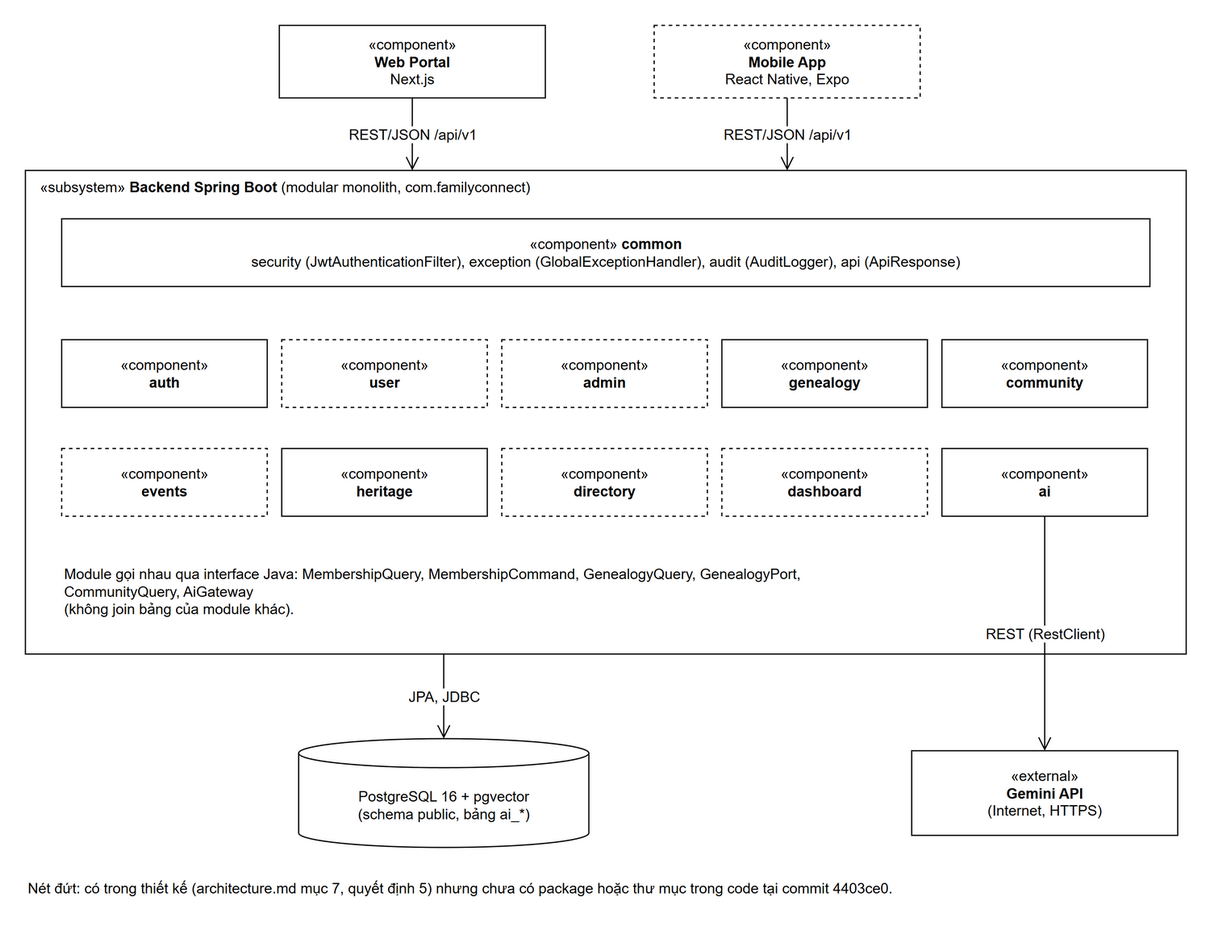
Earlier version of the draw.io export docs/images/architecture-component.drawio.png (ngthanhtuann/ai-powered-digital-family-community-platform). Source tidied: cells renumbered, new cells last; positions are measured from the earlier drawing's top-left corner, leaving out a move shared by most shapes.
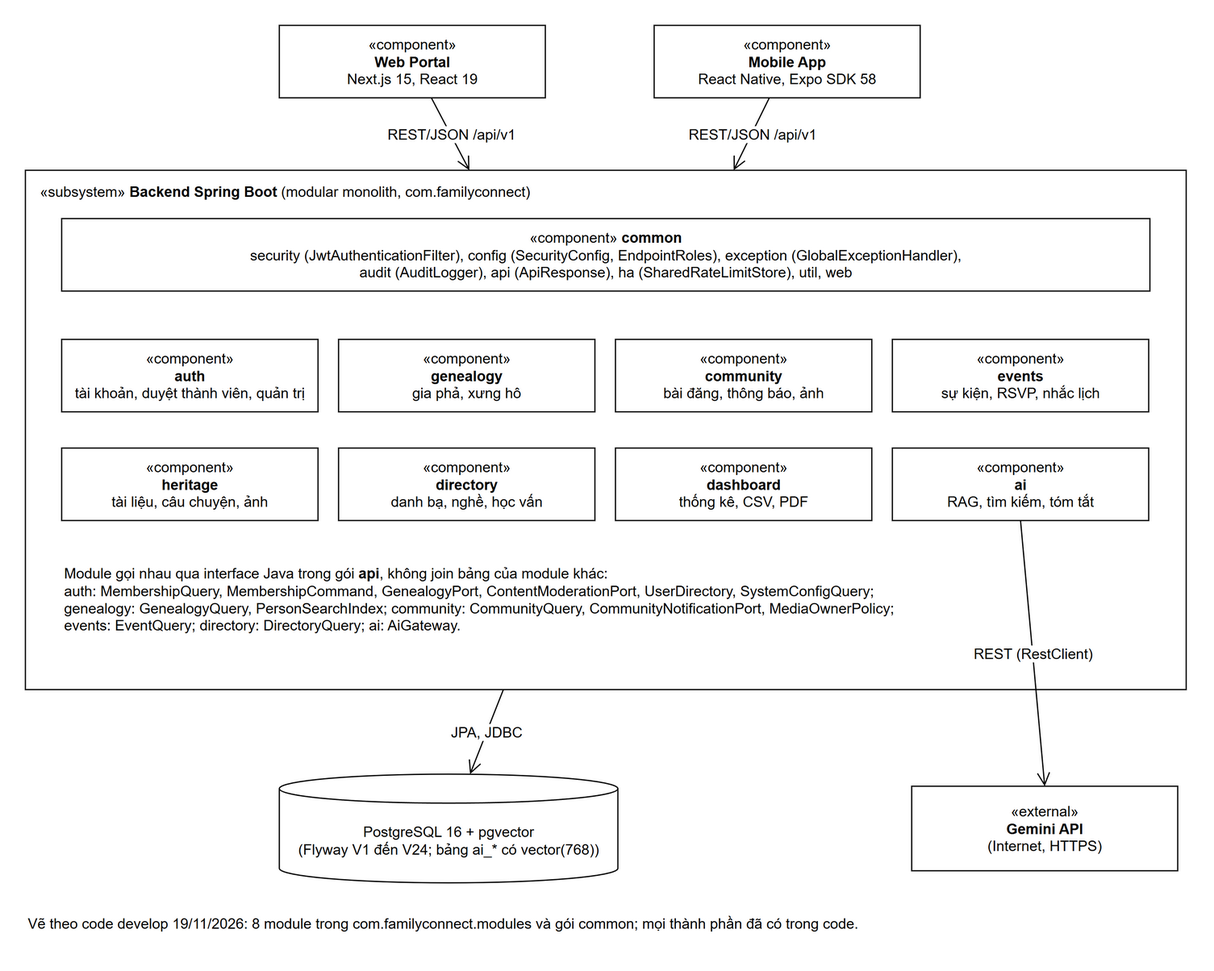
Later version of the same file.

What changed in the source:
```diff
@@ -2,71 +2,65 @@
   <root>
     <mxCell id="0" />
     <mxCell id="1" parent="0" />
-    <mxCell id="2" value="«component»&lt;br&gt;&lt;b&gt;Web Portal&lt;/b&gt;&lt;br&gt;Next.js" style="rounded=0;whiteSpace=wrap;html=1;fillColor=#FFFFFF;strokeColor=#000000;fontFamily=Arial;fontSize=12;fontColor=#000000;" parent="1" vertex="1">
-      <mxGeometry x="210" width="220" height="60" as="geometry" />
-    </mxCell>
-    <mxCell id="3" value="«component»&lt;br&gt;&lt;b&gt;Mobile App&lt;/b&gt;&lt;br&gt;React Native, Expo" style="rounded=0;whiteSpace=wrap;html=1;fillColor=#FFFFFF;strokeColor=#000000;fontFamily=Arial;fontSize=12;fontColor=#000000;dashed=1;" parent="1" vertex="1">
-      <mxGeometry x="520" width="220" height="60" as="geometry" />
-    </mxCell>
+    <mxCell id="24" value="«component»&lt;br&gt;&lt;b&gt;Web Portal&lt;/b&gt;&lt;br&gt;Next.js 15, React 19" style="rounded=0;whiteSpace=wrap;html=1;strokeColor=#000000;fontFamily=Arial;fontSize=12;fontColor=#000000;fillColor=#FFFFFF;" parent="1" vertex="1">
+      <mxGeometry x="210" width="220" height="60" as="geometry" />
+    </mxCell>
+    <mxCell id="25" value="«component»&lt;br&gt;&lt;b&gt;Mobile App&lt;/b&gt;&lt;br&gt;React Native, Expo SDK 58" style="rounded=0;whiteSpace=wrap;html=1;strokeColor=#000000;fontFamily=Arial;fontSize=12;fontColor=#000000;fillColor=#FFFFFF;" parent="1" vertex="1">
+      <mxGeometry x="520" width="220" height="60" as="geometry" />
+    </mxCell>
-    <mxCell id="4" value="«subsystem» &lt;b&gt;Backend Spring Boot&lt;/b&gt; (modular monolith, com.familyconnect)" style="rounded=0;whiteSpace=wrap;html=1;fillColor=none;verticalAlign=top;align=left;spacingLeft=10;strokeColor=#000000;fontFamily=Arial;fontSize=12;fontColor=#000000;" parent="1" vertex="1">
-      <mxGeometry y="120" width="960" height="400" as="geometry" />
+    <mxCell id="4" value="«subsystem» &lt;b&gt;Backend Spring Boot&lt;/b&gt; (modular monolith, com.familyconnect)" style="rounded=0;whiteSpace=wrap;html=1;strokeColor=#000000;fontFamily=Arial;fontSize=12;fontColor=#000000;fillColor=none;verticalAlign=top;align=left;spacingLeft=10;spacingTop=4;" parent="1" vertex="1">
+      <mxGeometry y="120" width="960" height="430" as="geometry" />
     </mxCell>
-    <mxCell id="5" value="«component» &lt;b&gt;common&lt;/b&gt;&lt;br&gt;security (JwtAuthenticationFilter), exception (GlobalExceptionHandler), audit (AuditLogger), api (ApiResponse)" style="rounded=0;whiteSpace=wrap;html=1;fillColor=#FFFFFF;strokeColor=#000000;fontFamily=Arial;fontSize=12;fontColor=#000000;" parent="1" vertex="1">
-      <mxGeometry x="30" y="160" width="900" height="56" as="geometry" />
-    </mxCell>
-    <mxCell id="6" value="«component»&lt;br&gt;&lt;b&gt;auth&lt;/b&gt;" style="rounded=0;whiteSpace=wrap;html=1;fillColor=#FFFFFF;strokeColor=#000000;fontFamily=Arial;fontSize=12;fontColor=#000000;" parent="1" vertex="1">
-      <mxGeometry x="30" y="260" width="170" height="56" as="geometry" />
-    </mxCell>
-    <mxCell id="7" value="«component»&lt;br&gt;&lt;b&gt;user&lt;/b&gt;" style="rounded=0;whiteSpace=wrap;html=1;fillColor=#FFFFFF;strokeColor=#000000;fontFamily=Arial;fontSize=12;fontColor=#000000;dashed=1;" parent="1" vertex="1">
-      <mxGeometry x="212" y="260" width="170" height="56" as="geometry" />
-    </mxCell>
-    <mxCell id="8" value="«component»&lt;br&gt;&lt;b&gt;admin&lt;/b&gt;" style="rounded=0;whiteSpace=wrap;html=1;fillColor=#FFFFFF;strokeColor=#000000;fontFamily=Arial;fontSize=12;fontColor=#000000;dashed=1;" parent="1" vertex="1">
-      <mxGeometry x="394" y="260" width="170" height="56" as="geometry" />
-    </mxCell>
-    <mxCell id="9" value="«component»&lt;br&gt;&lt;b&gt;genealogy&lt;/b&gt;" style="rounded=0;whiteSpace=wrap;html=1;fillColor=#FFFFFF;strokeColor=#000000;fontFamily=Arial;fontSize=12;fontColor=#000000;" parent="1" vertex="1">
-      <mxGeometry x="576" y="260" width="170" height="56" as="geometry" />
-    </mxCell>
-    <mxCell id="10" value="«component»&lt;br&gt;&lt;b&gt;community&lt;/b&gt;" style="rounded=0;whiteSpace=wrap;html=1;fillColor=#FFFFFF;strokeColor=#000000;fontFamily=Arial;fontSize=12;fontColor=#000000;" parent="1" vertex="1">
-      <mxGeometry x="758" y="260" width="170" height="56" as="geometry" />
-    </mxCell>
-    <mxCell id="11" value="«component»&lt;br&gt;&lt;b&gt;events&lt;/b&gt;" style="rounded=0;whiteSpace=wrap;html=1;fillColor=#FFFFFF;strokeColor=#000000;fontFamily=Arial;fontSize=12;fontColor=#000000;dashed=1;" parent="1" vertex="1">
-      <mxGeometry x="30" y="350" width="170" height="56" as="geometry" />
-    </mxCell>
-    <mxCell id="12" value="«component»&lt;br&gt;&lt;b&gt;heritage&lt;/b&gt;" style="rounded=0;whiteSpace=wrap;html=1;fillColor=#FFFFFF;strokeColor=#000000;fontFamily=Arial;fontSize=12;fontColor=#000000;" parent="1" vertex="1">
-      <mxGeometry x="212" y="350" width="170" height="56" as="geometry" />
-    </mxCell>
-    <mxCell id="13" value="«component»&lt;br&gt;&lt;b&gt;directory&lt;/b&gt;" style="rounded=0;whiteSpace=wrap;html=1;fillColor=#FFFFFF;strokeColor=#000000;fontFamily=Arial;fontSize=12;fontColor=#000000;dashed=1;" parent="1" vertex="1">
-      <mxGeometry x="394" y="350" width="170" height="56" as="geometry" />
-    </mxCell>
-    <mxCell id="14" value="«component»&lt;br&gt;&lt;b&gt;dashboard&lt;/b&gt;" style="rounded=0;whiteSpace=wrap;html=1;fillColor=#FFFFFF;strokeColor=#000000;fontFamily=Arial;fontSize=12;fontColor=#000000;dashed=1;" parent="1" vertex="1">
-      <mxGeometry x="576" y="350" width="170" height="56" as="geometry" />
-    </mxCell>
-    <mxCell id="15" value="«component»&lt;br&gt;&lt;b&gt;ai&lt;/b&gt;" style="rounded=0;whiteSpace=wrap;html=1;fillColor=#FFFFFF;strokeColor=#000000;fontFamily=Arial;fontSize=12;fontColor=#000000;" parent="1" vertex="1">
-      <mxGeometry x="758" y="350" width="170" height="56" as="geometry" />
-    </mxCell>
-    <mxCell id="16" value="Module gọi nhau qua interface Java: MembershipQuery, MembershipCommand, GenealogyQuery, GenealogyPort, CommunityQuery, AiGateway&lt;br&gt;(không join bảng của module khác)." style="text;html=1;whiteSpace=wrap;align=left;verticalAlign=top;fontFamily=Arial;fontSize=12;fontColor=#000000;" parent="1" vertex="1">
-      <mxGeometry x="30" y="440" width="680" height="50" as="geometry" />
-    </mxCell>
-    <mxCell id="17" value="PostgreSQL 16 + pgvector&lt;br&gt;(schema public, bảng ai_*)" style="shape=cylinder3;whiteSpace=wrap;html=1;boundedLbl=1;size=12;fillColor=#FFFFFF;strokeColor=#000000;fontFamily=Arial;fontSize=12;fontColor=#000000;" parent="1" vertex="1">
-      <mxGeometry x="226" y="590" width="240" height="90" as="geometry" />
-    </mxCell>
+    <mxCell id="26" value="«component» &lt;b&gt;common&lt;/b&gt;&lt;br&gt;security (JwtAuthenticationFilter), config (SecurityConfig, EndpointRoles), exception (GlobalExceptionHandler),&lt;br&gt;audit (AuditLogger), api (ApiResponse), ha (SharedRateLimitStore), util, web" style="rounded=0;whiteSpace=wrap;html=1;strokeColor=#000000;fontFamily=Arial;fontSize=12;fontColor=#000000;fillColor=#FFFFFF;" parent="1" vertex="1">
+      <mxGeometry x="30" y="160" width="900" height="60" as="geometry" />
+    </mxCell>
+    <mxCell id="27" value="«component»&lt;br&gt;&lt;b&gt;auth&lt;/b&gt;&lt;br&gt;tài khoản, duyệt thành viên, quản trị" style="rounded=0;whiteSpace=wrap;html=1;strokeColor=#000000;fontFamily=Arial;fontSize=12;fontColor=#000000;fillColor=#FFFFFF;" parent="1" vertex="1">
+      <mxGeometry x="30" y="260" width="212" height="60" as="geometry" />
+    </mxCell>
+    <mxCell id="28" value="«component»&lt;br&gt;&lt;b&gt;genealogy&lt;/b&gt;&lt;br&gt;gia phả, xưng hô" style="rounded=0;whiteSpace=wrap;html=1;strokeColor=#000000;fontFamily=Arial;fontSize=12;fontColor=#000000;fillColor=#FFFFFF;" parent="1" vertex="1">
+      <mxGeometry x="259" y="260" width="212" height="60" as="geometry" />
+    </mxCell>
+    <mxCell id="29" value="«component»&lt;br&gt;&lt;b&gt;community&lt;/b&gt;&lt;br&gt;bài đăng, thông báo, ảnh" style="rounded=0;whiteSpace=wrap;html=1;strokeColor=#000000;fontFamily=Arial;fontSize=12;fontColor=#000000;fillColor=#FFFFFF;" parent="1" vertex="1">
+      <mxGeometry x="488" y="260" width="212" height="60" as="geometry" />
+    </mxCell>
+    <mxCell id="30" value="«component»&lt;br&gt;&lt;b&gt;events&lt;/b&gt;&lt;br&gt;sự kiện, RSVP, nhắc lịch" style="rounded=0;whiteSpace=wrap;html=1;strokeColor=#000000;fontFamily=Arial;fontSize=12;fontColor=#000000;fillColor=#FFFFFF;" parent="1" vertex="1">
+      <mxGeometry x="717" y="260" width="212" height="60" as="geometry" />
+    </mxCell>
+    <mxCell id="31" value="«component»&lt;br&gt;&lt;b&gt;heritage&lt;/b&gt;&lt;br&gt;tài liệu, câu chuyện, ảnh" style="rounded=0;whiteSpace=wrap;html=1;strokeColor=#000000;fontFamily=Arial;fontSize=12;fontColor=#000000;fillColor=#FFFFFF;" parent="1" vertex="1">
+      <mxGeometry x="30" y="350" width="212" height="60" as="geometry" />
+    </mxCell>
+    <mxCell id="32" value="«component»&lt;br&gt;&lt;b&gt;directory&lt;/b&gt;&lt;br&gt;danh bạ, nghề, học vấn" style="rounded=0;whiteSpace=wrap;html=1;strokeColor=#000000;fontFamily=Arial;fontSize=12;fontColor=#000000;fillColor=#FFFFFF;" parent="1" vertex="1">
+      <mxGeometry x="259" y="350" width="212" height="60" as="geometry" />
+    </mxCell>
+    <mxCell id="33" value="«component»&lt;br&gt;&lt;b&gt;dashboard&lt;/b&gt;&lt;br&gt;thống kê, CSV, PDF" style="rounded=0;whiteSpace=wrap;html=1;strokeColor=#000000;fontFamily=Arial;fontSize=12;fontColor=#000000;fillColor=#FFFFFF;" parent="1" vertex="1">
+      <mxGeometry x="488" y="350" width="212" height="60" as="geometry" />
+    </mxCell>
+    <mxCell id="34" value="«component»&lt;br&gt;&lt;b&gt;ai&lt;/b&gt;&lt;br&gt;RAG, tìm kiếm, tóm tắt" style="rounded=0;whiteSpace=wrap;html=1;strokeColor=#000000;fontFamily=Arial;fontSize=12;fontColor=#000000;fillColor=#FFFFFF;" parent="1" vertex="1">
+      <mxGeometry x="717" y="350" width="212" height="60" as="geometry" />
+    </mxCell>
+    <mxCell id="35" value="Module gọi nhau qua interface Java trong gói &lt;b&gt;api&lt;/b&gt;, không join bảng của module khác:&lt;br&gt;auth: MembershipQuery, MembershipCommand, GenealogyPort, ContentModerationPort, UserDirectory, SystemConfigQuery;&lt;br&gt;genealogy: GenealogyQuery, PersonSearchIndex; community: CommunityQuery, CommunityNotificationPort, MediaOwnerPolicy;&lt;br&gt;events: EventQuery; directory: DirectoryQuery; ai: AiGateway." style="text;html=1;whiteSpace=wrap;align=left;verticalAlign=top;fontFamily=Arial;fontSize=12;fontColor=#000000;" parent="1" vertex="1">
+      <mxGeometry x="30" y="440" width="900" height="76" as="geometry" />
+    </mxCell>
+    <mxCell id="36" value="PostgreSQL 16 + pgvector&lt;br&gt;(Flyway V1 đến V24; bảng ai_* có vector(768))" style="shape=cylinder3;whiteSpace=wrap;boundedLbl=1;size=12;fillColor=#FFFFFF;html=1;strokeColor=#000000;fontFamily=Arial;fontSize=12;fontColor=#000000;" parent="1" vertex="1">
+      <mxGeometry x="210" y="620" width="280" height="90" as="geometry" />
+    </mxCell>
-    <mxCell id="18" value="«external»&lt;br&gt;&lt;b&gt;Gemini API&lt;/b&gt;&lt;br&gt;(Internet, HTTPS)" style="rounded=0;whiteSpace=wrap;html=1;fillColor=#FFFFFF;strokeColor=#000000;fontFamily=Arial;fontSize=12;fontColor=#000000;" parent="1" vertex="1">
-      <mxGeometry x="733" y="600" width="220" height="70" as="geometry" />
+    <mxCell id="18" value="«external»&lt;br&gt;&lt;b&gt;Gemini API&lt;/b&gt;&lt;br&gt;(Internet, HTTPS)" style="rounded=0;whiteSpace=wrap;html=1;strokeColor=#000000;fontFamily=Arial;fontSize=12;fontColor=#000000;fillColor=#FFFFFF;" parent="1" vertex="1">
+      <mxGeometry x="733" y="630" width="220" height="70" as="geometry" />
     </mxCell>
-    <mxCell id="19" value="REST/JSON /api/v1" style="endArrow=open;endSize=9;html=1;rounded=0;labelBackgroundColor=#FFFFFF;strokeColor=#000000;fontFamily=Arial;fontSize=12;fontColor=#000000;entryX=0.3333;entryY=0;entryDx=0;entryDy=0;" parent="1" edge="1" source="2" target="4">
-      <mxGeometry relative="1" as="geometry" />
-    </mxCell>
-    <mxCell id="20" value="REST/JSON /api/v1" style="endArrow=open;endSize=9;html=1;rounded=0;labelBackgroundColor=#FFFFFF;strokeColor=#000000;fontFamily=Arial;fontSize=12;fontColor=#000000;entryX=0.6563;entryY=0;entryDx=0;entryDy=0;" parent="1" edge="1" source="3" target="4">
-      <mxGeometry relative="1" as="geometry" />
-    </mxCell>
+    <mxCell id="37" value="REST/JSON /api/v1" style="endArrow=open;endSize=9;rounded=0;labelBackgroundColor=#FFFFFF;html=1;strokeColor=#000000;fontFamily=Arial;fontSize=12;fontColor=#000000;" parent="1" edge="1" source="24" target="4">
+      <mxGeometry relative="1" as="geometry" />
+    </mxCell>
+    <mxCell id="38" value="REST/JSON /api/v1" style="endArrow=open;endSize=9;rounded=0;labelBackgroundColor=#FFFFFF;html=1;strokeColor=#000000;fontFamily=Arial;fontSize=12;fontColor=#000000;" parent="1" edge="1" source="25" target="4">
+      <mxGeometry relative="1" as="geometry" />
+    </mxCell>
-    <mxCell id="21" value="JPA, JDBC" style="endArrow=open;endSize=9;html=1;rounded=0;labelBackgroundColor=#FFFFFF;strokeColor=#000000;fontFamily=Arial;fontSize=12;fontColor=#000000;exitX=0.3604;exitY=1;exitDx=0;exitDy=0;" parent="1" edge="1" source="4" target="17">
+    <mxCell id="21" value="JPA, JDBC" style="endArrow=open;endSize=9;rounded=0;labelBackgroundColor=#FFFFFF;html=1;strokeColor=#000000;fontFamily=Arial;fontSize=12;fontColor=#000000;" parent="1" edge="1" source="4" target="36">
       <mxGeometry relative="1" as="geometry" />
     </mxCell>
-    <mxCell id="22" value="REST (RestClient)" style="endArrow=open;endSize=9;html=1;rounded=0;labelBackgroundColor=#FFFFFF;strokeColor=#000000;fontFamily=Arial;fontSize=12;fontColor=#000000;" parent="1" edge="1" source="15" target="18">
+    <mxCell id="22" value="REST (RestClient)" style="endArrow=open;endSize=9;rounded=0;labelBackgroundColor=#FFFFFF;html=1;strokeColor=#000000;fontFamily=Arial;fontSize=12;fontColor=#000000;exitX=0.5;exitY=1;entryX=0.5;entryY=0;" parent="1" edge="1" source="34" target="18">
       <mxGeometry relative="1" as="geometry" />
     </mxCell>
-    <mxCell id="23" value="Nét đứt: có trong thiết kế (architecture.md mục 7, quyết định 5) nhưng chưa có package hoặc thư mục trong code tại commit 4403ce0." style="text;html=1;whiteSpace=wrap;align=left;verticalAlign=top;fontFamily=Arial;fontSize=12;fontColor=#000000;" parent="1" vertex="1">
-      <mxGeometry y="700" width="960" height="40" as="geometry" />
-    </mxCell>
+    <mxCell id="39" value="Vẽ theo code develop 19/11/2026: 8 module trong com.familyconnect.modules và gói common; mọi thành phần đã có trong code." style="text;html=1;whiteSpace=wrap;align=left;verticalAlign=top;fontFamily=Arial;fontSize=12;fontColor=#000000;" parent="1" vertex="1">
+      <mxGeometry y="730" width="960" height="30" as="geometry" />
+    </mxCell>
   </root>
 </mxGraphModel>
```
